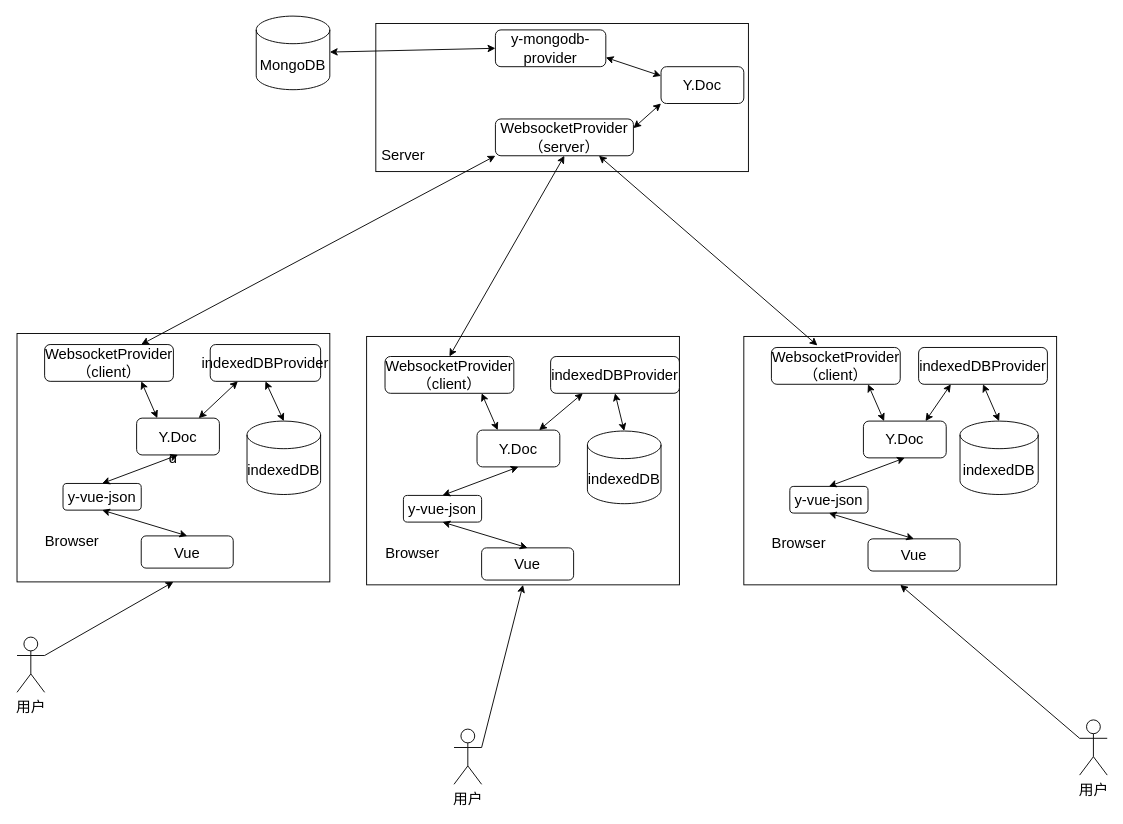
The draw.io diagram 第四章/协同编辑概要设计.drawio in yuxinyu12345/diagrams, before the edit. Source tidied: cells renumbered, new cells numbered last; positions are measured from the earlier drawing's top-left corner, leaving out a move shared by most shapes. Both pictures are drawn from the tidied source at 92%, with x=0, y=0 at pixel (17, 16).
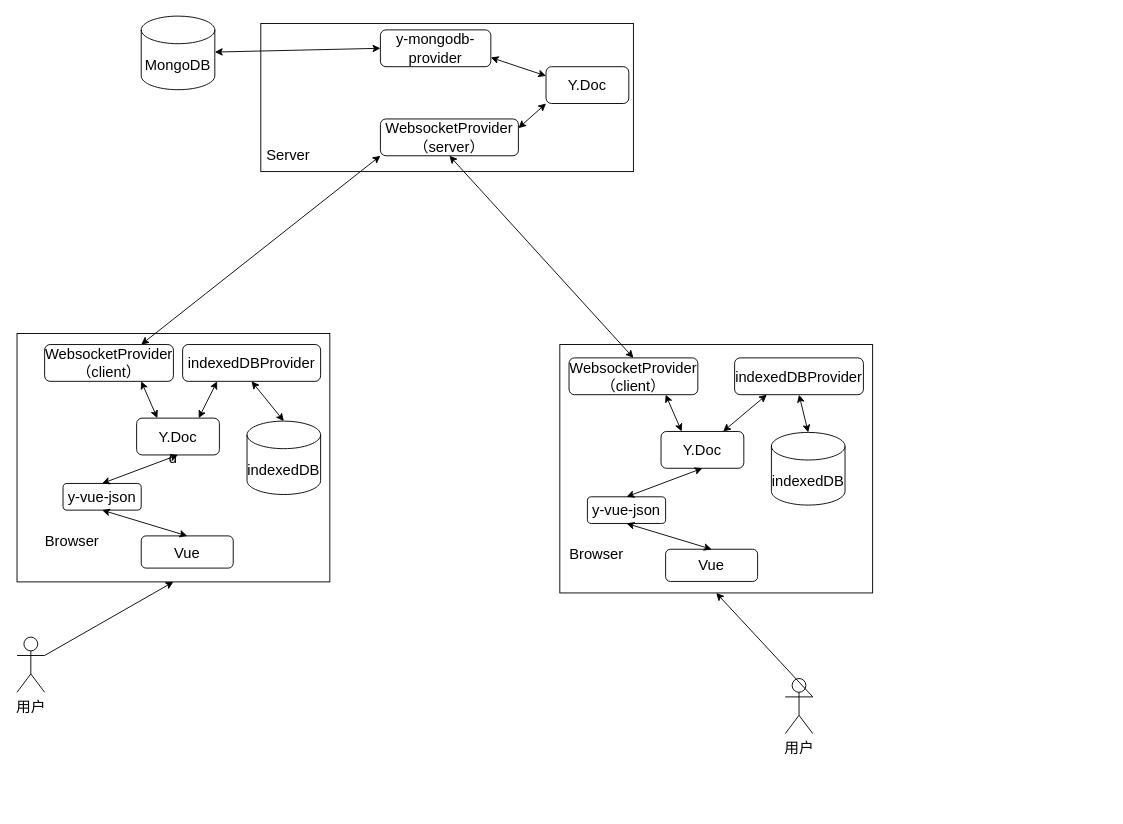
The same page after the edit.

Commit message:
更新协同编辑概要设计.drawio

Change to the diagram source:
```diff
@@
     <mxCell id="8" value="indexedDBProvider" style="rounded=1;whiteSpace=wrap;html=1;fontSize=16;" parent="1" vertex="1">
-      <mxGeometry x="210" y="357" width="120" height="40" as="geometry" />
+      <mxGeometry x="180" y="357" width="150" height="40" as="geometry" />
     </mxCell>
@@
     <mxCell id="13" style="rounded=0;whiteSpace=wrap;html=1;fontSize=16;" parent="1" vertex="1">
-      <mxGeometry x="390" y="8" width="405" height="161" as="geometry" />
+      <mxGeometry x="265" y="8" width="405" height="161" as="geometry" />
     </mxCell>
     <mxCell id="14" value="Server" style="text;html=1;strokeColor=none;fillColor=none;align=center;verticalAlign=middle;whiteSpace=wrap;rounded=0;fontSize=16;" parent="1" vertex="1">
-      <mxGeometry x="390" y="136.2" width="60" height="30" as="geometry" />
+      <mxGeometry x="265" y="136.2" width="60" height="30" as="geometry" />
     </mxCell>
     <mxCell id="15" value="WebsocketProvider&lt;br style=&quot;border-color: var(--border-color); font-size: 16px;&quot;&gt;（server）" style="rounded=1;whiteSpace=wrap;html=1;fontSize=16;" parent="1" vertex="1">
-      <mxGeometry x="520" y="111.8" width="150" height="40" as="geometry" />
+      <mxGeometry x="395" y="111.8" width="150" height="40" as="geometry" />
     </mxCell>
     <mxCell id="16" value="Y.Doc" style="rounded=1;whiteSpace=wrap;html=1;fontSize=16;" parent="1" vertex="1">
-      <mxGeometry x="700" y="55" width="90" height="40" as="geometry" />
+      <mxGeometry x="575" y="55" width="90" height="40" as="geometry" />
     </mxCell>
     <mxCell id="17" value="y-mongodb-provider" style="rounded=1;whiteSpace=wrap;html=1;fontSize=16;" parent="1" vertex="1">
-      <mxGeometry x="520" y="15" width="120" height="40" as="geometry" />
+      <mxGeometry x="395" y="15" width="120" height="40" as="geometry" />
     </mxCell>
@@
     <mxCell id="21" style="rounded=0;whiteSpace=wrap;html=1;fontSize=16;" parent="1" vertex="1">
-      <mxGeometry x="380" y="348.2" width="340" height="270" as="geometry" />
+      <mxGeometry x="590" y="357" width="340" height="270" as="geometry" />
     </mxCell>
@@
     <mxCell id="23" value="MongoDB" style="shape=cylinder3;whiteSpace=wrap;html=1;boundedLbl=1;backgroundOutline=1;size=15;fontSize=16;" parent="1" vertex="1">
-      <mxGeometry x="260" width="80" height="80" as="geometry" />
+      <mxGeometry x="135" width="80" height="80" as="geometry" />
     </mxCell>
@@
     <mxCell id="29" value="Browser" style="text;html=1;strokeColor=none;fillColor=none;align=center;verticalAlign=middle;whiteSpace=wrap;rounded=0;fontSize=16;" parent="1" vertex="1">
-      <mxGeometry x="400" y="568" width="60" height="30" as="geometry" />
+      <mxGeometry x="600" y="569.5" width="60" height="30" as="geometry" />
     </mxCell>
     <mxCell id="30" value="用户" style="shape=umlActor;verticalLabelPosition=bottom;verticalAlign=top;html=1;outlineConnect=0;fontSize=16;" parent="1" vertex="1">
-      <mxGeometry x="475" y="775" width="30" height="60" as="geometry" />
+      <mxGeometry x="835" y="720" width="30" height="60" as="geometry" />
     </mxCell>
@@
     <mxCell id="32" value="WebsocketProvider&lt;br style=&quot;font-size: 16px;&quot;&gt;（client）" style="rounded=1;whiteSpace=wrap;html=1;fontSize=16;" parent="1" vertex="1">
-      <mxGeometry x="400" y="370" width="140" height="40" as="geometry" />
+      <mxGeometry x="600" y="371.5" width="140" height="40" as="geometry" />
     </mxCell>
     <mxCell id="33" value="Y.Doc" style="rounded=1;whiteSpace=wrap;html=1;fontSize=16;" parent="1" vertex="1">
-      <mxGeometry x="500" y="450" width="90" height="40" as="geometry" />
+      <mxGeometry x="700" y="451.5" width="90" height="40" as="geometry" />
     </mxCell>
-    <mxCell id="34" style="rounded=0;whiteSpace=wrap;html=1;fontSize=16;" parent="1" vertex="1">
-      <mxGeometry x="790" y="348.2" width="340" height="270" as="geometry" />
-    </mxCell>
     <mxCell id="35" value="indexedDBProvider" style="rounded=1;whiteSpace=wrap;html=1;fontSize=16;" parent="1" vertex="1">
-      <mxGeometry x="580" y="370" width="140" height="40" as="geometry" />
+      <mxGeometry x="780" y="371.5" width="140" height="40" as="geometry" />
     </mxCell>
     <mxCell id="36" value="indexedDB" style="shape=cylinder3;whiteSpace=wrap;html=1;boundedLbl=1;backgroundOutline=1;size=15;fontSize=16;" parent="1" vertex="1">
-      <mxGeometry x="620" y="451" width="80" height="79" as="geometry" />
+      <mxGeometry x="820" y="452.5" width="80" height="79" as="geometry" />
     </mxCell>
-    <mxCell id="37" style="endArrow=classic;startArrow=classic;html=1;rounded=0;exitX=0.5;exitY=0;exitDx=0;exitDy=0;entryX=0.75;entryY=1;entryDx=0;entryDy=0;fontSize=16;" parent="1" edge="1" target="15">
-      <mxGeometry relative="1" as="geometry">
-        <mxPoint x="870" y="358" as="sourcePoint" />
-      </mxGeometry>
-    </mxCell>
@@
     <mxCell id="41" value="Vue" style="rounded=1;whiteSpace=wrap;html=1;fontSize=16;" parent="1" vertex="1">
-      <mxGeometry x="505" y="578" width="100" height="35" as="geometry" />
+      <mxGeometry x="705" y="579.5" width="100" height="35" as="geometry" />
     </mxCell>
     <mxCell id="42" value="y-vue-json" style="rounded=1;whiteSpace=wrap;html=1;fontSize=16;" parent="1" vertex="1">
-      <mxGeometry x="420" y="521" width="85" height="29" as="geometry" />
+      <mxGeometry x="620" y="522.5" width="85" height="29" as="geometry" />
     </mxCell>
@@
-    <mxCell id="45" value="Browser" style="text;html=1;strokeColor=none;fillColor=none;align=center;verticalAlign=middle;whiteSpace=wrap;rounded=0;fontSize=16;" parent="1" vertex="1">
-      <mxGeometry x="820" y="558.2" width="60" height="30" as="geometry" />
-    </mxCell>
-    <mxCell id="46" value="用户" style="shape=umlActor;verticalLabelPosition=bottom;verticalAlign=top;html=1;outlineConnect=0;fontSize=16;" parent="1" vertex="1">
-      <mxGeometry x="1155" y="765" width="30" height="60" as="geometry" />
-    </mxCell>
-    <mxCell id="47" style="endArrow=classic;html=1;rounded=0;exitX=0;exitY=0.3333333333333333;exitDx=0;exitDy=0;exitPerimeter=0;entryX=0.5;entryY=1;entryDx=0;entryDy=0;fontSize=16;" parent="1" edge="1" source="46" target="34">
-      <mxGeometry relative="1" as="geometry" />
-    </mxCell>
-    <mxCell id="48" value="WebsocketProvider&lt;br style=&quot;font-size: 16px;&quot;&gt;（client）" style="rounded=1;whiteSpace=wrap;html=1;fontSize=16;" parent="1" vertex="1">
-      <mxGeometry x="820" y="360.2" width="140" height="40" as="geometry" />
-    </mxCell>
-    <mxCell id="49" value="Y.Doc" style="rounded=1;whiteSpace=wrap;html=1;fontSize=16;" parent="1" vertex="1">
-      <mxGeometry x="920" y="440.2" width="90" height="40" as="geometry" />
-    </mxCell>
-    <mxCell id="50" value="indexedDBProvider" style="rounded=1;whiteSpace=wrap;html=1;fontSize=16;" parent="1" vertex="1">
-      <mxGeometry x="980" y="360.2" width="140" height="40" as="geometry" />
-    </mxCell>
-    <mxCell id="51" value="indexedDB" style="shape=cylinder3;whiteSpace=wrap;html=1;boundedLbl=1;backgroundOutline=1;size=15;fontSize=16;" parent="1" vertex="1">
-      <mxGeometry x="1025" y="440.2" width="85" height="79.8" as="geometry" />
-    </mxCell>
-    <mxCell id="52" style="endArrow=classic;startArrow=classic;html=1;rounded=0;exitX=0.5;exitY=0;exitDx=0;exitDy=0;exitPerimeter=0;entryX=0.5;entryY=1;entryDx=0;entryDy=0;fontSize=16;" parent="1" edge="1" source="51" target="50">
-      <mxGeometry relative="1" as="geometry" />
-    </mxCell>
-    <mxCell id="53" style="endArrow=classic;startArrow=classic;html=1;rounded=0;exitX=0.25;exitY=0;exitDx=0;exitDy=0;entryX=0.75;entryY=1;entryDx=0;entryDy=0;fontSize=16;" parent="1" edge="1" source="49" target="48">
-      <mxGeometry relative="1" as="geometry" />
-    </mxCell>
-    <mxCell id="54" style="endArrow=classic;startArrow=classic;html=1;rounded=0;exitX=0.75;exitY=0;exitDx=0;exitDy=0;entryX=0.25;entryY=1;entryDx=0;entryDy=0;fontSize=16;" parent="1" edge="1" source="49" target="50">
-      <mxGeometry relative="1" as="geometry" />
-    </mxCell>
-    <mxCell id="55" value="Vue" style="rounded=1;whiteSpace=wrap;html=1;fontSize=16;" parent="1" vertex="1">
-      <mxGeometry x="925" y="568.2" width="100" height="35" as="geometry" />
-    </mxCell>
-    <mxCell id="56" value="y-vue-json" style="rounded=1;whiteSpace=wrap;html=1;fontSize=16;" parent="1" vertex="1">
-      <mxGeometry x="840" y="511.2" width="85" height="29" as="geometry" />
-    </mxCell>
-    <mxCell id="57" style="endArrow=classic;startArrow=classic;html=1;rounded=0;exitX=0.5;exitY=0;exitDx=0;exitDy=0;entryX=0.5;entryY=1;entryDx=0;entryDy=0;fontSize=16;" parent="1" edge="1" source="56" target="49">
-      <mxGeometry relative="1" as="geometry" />
-    </mxCell>
-    <mxCell id="58" style="endArrow=classic;startArrow=classic;html=1;rounded=0;exitX=0.5;exitY=1;exitDx=0;exitDy=0;entryX=0.5;entryY=0;entryDx=0;entryDy=0;fontSize=16;" parent="1" edge="1" source="56" target="55">
-      <mxGeometry relative="1" as="geometry" />
-    </mxCell>
```
